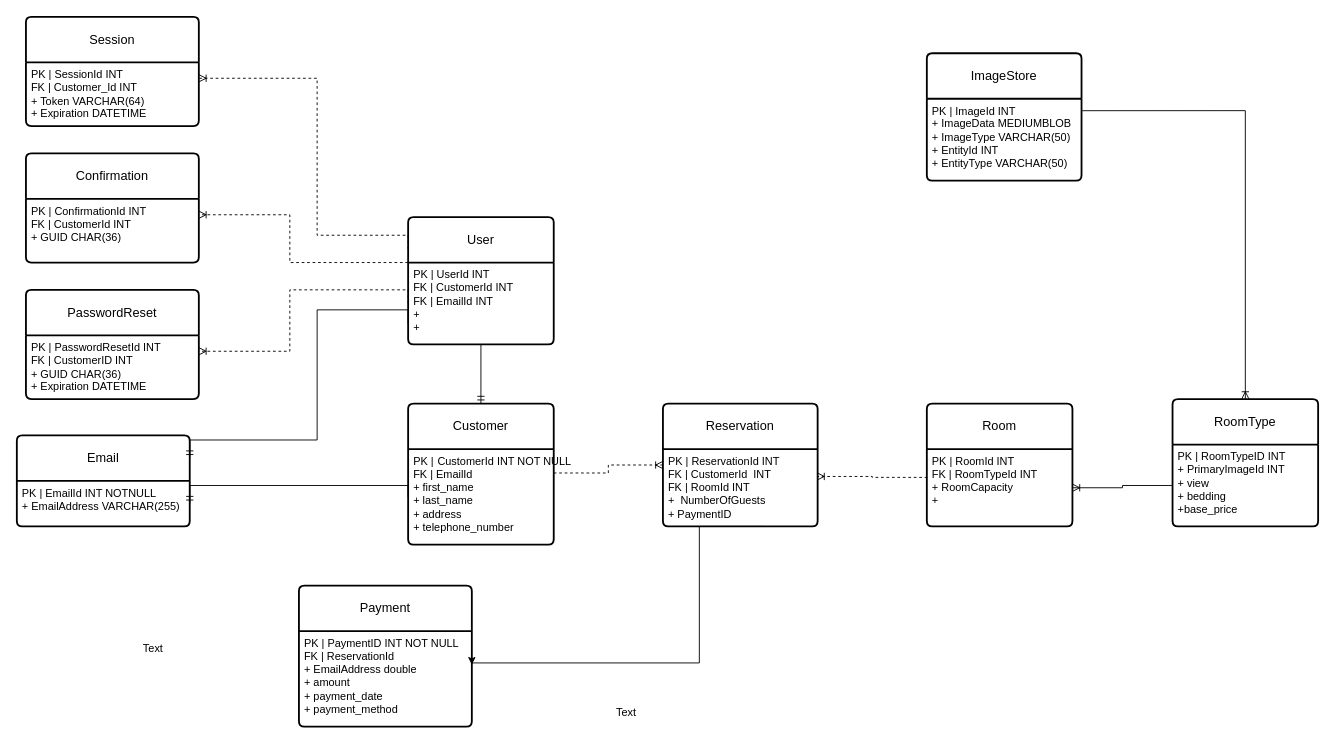
The draw.io diagram MoffatBayDB.drawio in RUKtheCROOK/Moffat-Bay, before the edit. Source tidied: cells renumbered, new cells numbered last; positions are measured from the earlier drawing's top-left corner, leaving out a move shared by most shapes. Both pictures are drawn from the tidied source at 91%, with x=0, y=0 at pixel (16, 16).
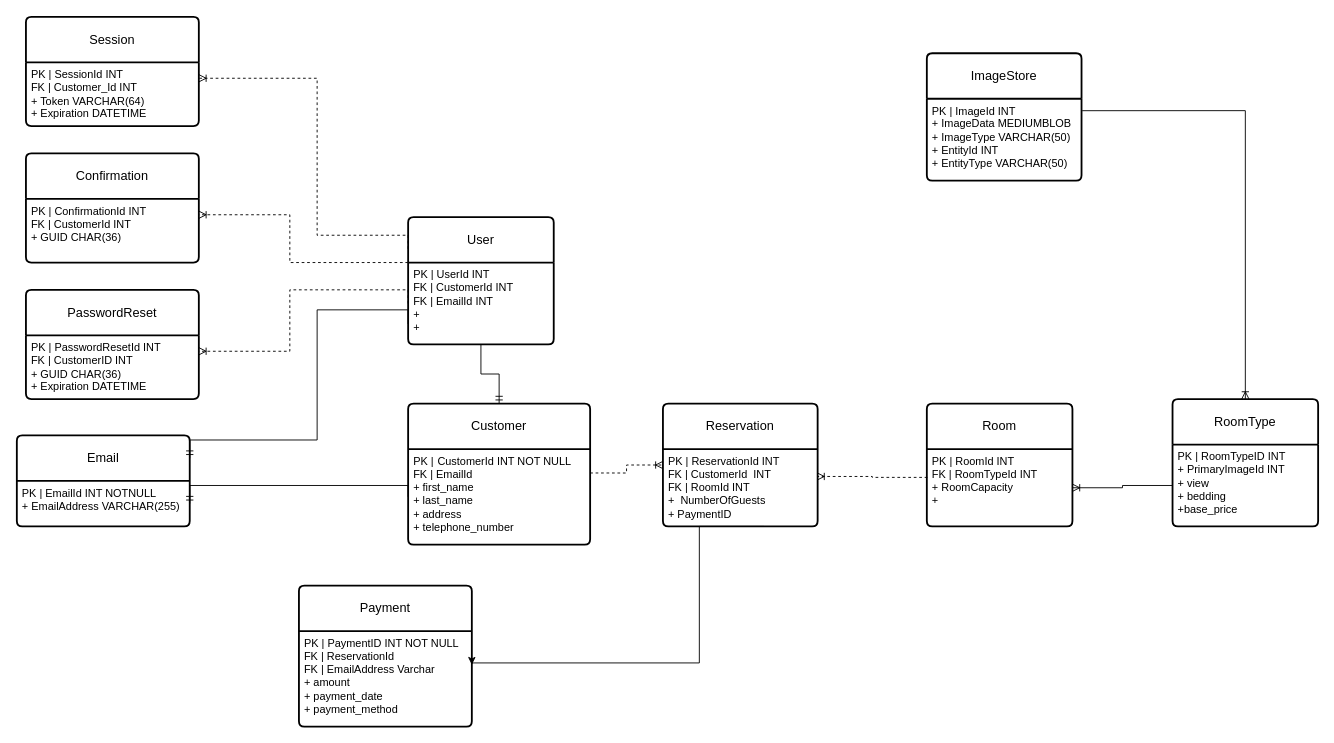
The same diagram, later.

Commit message:
Update ERD - Taylor

Unchanged cells that the change refers to:
```xml
<mxCell id="32" value="Payment" style="swimlane;horizontal=1;startSize=50;rounded=1;fontSize=14;fontStyle=0;strokeWidth=2;shadow=0;dashed=0;align=center;arcSize=4;whiteSpace=wrap;html=1;" parent="1" vertex="1">
  <mxGeometry x="310" y="625" width="190" height="155" as="geometry" />
</mxCell>
```

The edit, as a diff of the source:
```diff
@@
     <mxCell id="2" value="Customer" style="swimlane;horizontal=1;startSize=50;rounded=1;fontSize=14;fontStyle=0;strokeWidth=2;shadow=0;dashed=0;align=center;arcSize=4;whiteSpace=wrap;html=1;" parent="1" vertex="1">
-      <mxGeometry x="430" y="425" width="160" height="155" as="geometry" />
+      <mxGeometry x="430" y="425" width="200" height="155" as="geometry" />
     </mxCell>
     <mxCell id="3" value="PK |&lt;span style=&quot;white-space: pre;&quot;&gt;&#9;&lt;/span&gt;CustomerId INT NOT NULL&lt;div&gt;FK | EmailId&lt;/div&gt;&lt;div&gt;+ first_name&lt;/div&gt;&lt;div&gt;+ last_name&lt;/div&gt;&lt;div&gt;+ address&lt;/div&gt;&lt;div&gt;+ telephone_number&lt;/div&gt;" style="align=left;strokeColor=none;fillColor=none;spacingLeft=4;fontSize=12;verticalAlign=top;html=1;" parent="2" vertex="1">
-      <mxGeometry y="50" width="160" height="105" as="geometry" />
+      <mxGeometry y="50" width="200" height="105" as="geometry" />
     </mxCell>
@@
-    <mxCell id="34" value="PK | PaymentID INT NOT NULL&lt;div&gt;FK | ReservationId&lt;br&gt;&lt;div&gt;+ EmailAddress double&lt;/div&gt;&lt;div&gt;+ amount&lt;/div&gt;&lt;div&gt;+ payment_date&lt;/div&gt;&lt;div&gt;+ payment_method&lt;/div&gt;&lt;/div&gt;" style="align=left;strokeColor=none;fillColor=none;spacingLeft=4;fontSize=12;verticalAlign=top;html=1;" parent="32" vertex="1">
+    <mxCell id="34" value="PK | PaymentID INT NOT NULL&lt;div&gt;FK | ReservationId&lt;br&gt;&lt;div&gt;FK | EmailAddress Varchar&lt;/div&gt;&lt;div&gt;+ amount&lt;/div&gt;&lt;div&gt;+ payment_date&lt;/div&gt;&lt;div&gt;+ payment_method&lt;/div&gt;&lt;/div&gt;" style="align=left;strokeColor=none;fillColor=none;spacingLeft=4;fontSize=12;verticalAlign=top;html=1;" parent="32" vertex="1">
       <mxGeometry y="50" width="190" height="105" as="geometry" />
     </mxCell>
-    <mxCell id="35" value="Text" style="text;strokeColor=none;align=center;fillColor=none;html=1;verticalAlign=middle;whiteSpace=wrap;rounded=0;" parent="1" vertex="1">
-      <mxGeometry x="120" y="680" width="60" height="30" as="geometry" />
-    </mxCell>
-    <mxCell id="36" value="Text" style="text;strokeColor=none;align=center;fillColor=none;html=1;verticalAlign=middle;whiteSpace=wrap;rounded=0;" parent="1" vertex="1">
-      <mxGeometry x="640" y="750" width="60" height="30" as="geometry" />
-    </mxCell>
```
